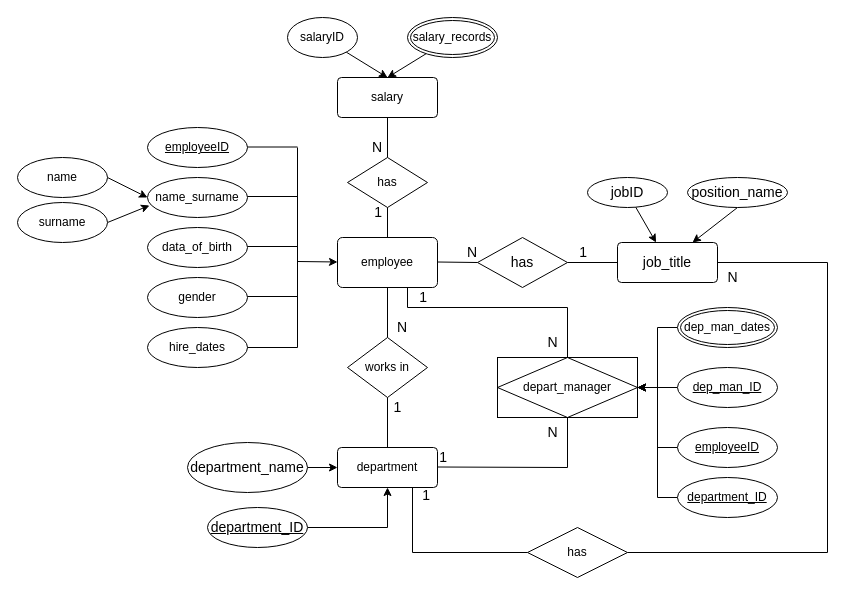
The draw.io diagram Untitled Diagram.drawio in ece98m/webdev_ca1, before the edit. Source tidied: cells renumbered, new cells numbered last; positions are measured from the earlier drawing's top-left corner, leaving out a move shared by most shapes. Both pictures are drawn from the tidied source at 100%, with x=0, y=0 at pixel (17, 17).
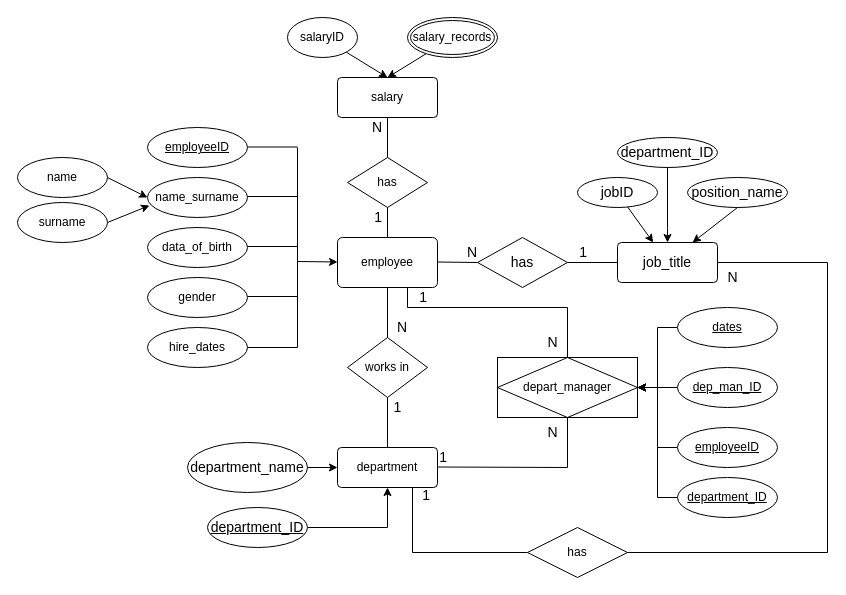
After the change.

Unchanged cells that the change refers to:
```xml
<mxCell id="18" value="job_title" style="rounded=1;arcSize=10;whiteSpace=wrap;html=1;align=center;fontSize=14;" parent="1" vertex="1">
  <mxGeometry x="600" y="225" width="100" height="40" as="geometry" />
</mxCell>
<mxCell id="26" value="depart_manager" style="shape=associativeEntity;whiteSpace=wrap;html=1;align=center;fontSize=12;" parent="1" vertex="1">
  <mxGeometry x="480" y="340" width="140" height="60" as="geometry" />
</mxCell>
```

Diff of the diagram source:
```diff
@@
     <mxCell id="20" value="jobID" style="ellipse;whiteSpace=wrap;html=1;align=center;fontSize=14;" parent="1" vertex="1">
-      <mxGeometry x="570" y="160" width="80" height="30" as="geometry" />
+      <mxGeometry x="560" y="160" width="80" height="30" as="geometry" />
     </mxCell>
@@
-    <mxCell id="36" style="edgeStyle=none;rounded=0;jettySize=auto;html=1;exitX=0;exitY=0.5;exitDx=0;exitDy=0;fontSize=12;entryX=1;entryY=0.5;entryDx=0;entryDy=0;" parent="1" edge="1" source="37" target="26">
+    <mxCell id="36" style="edgeStyle=none;rounded=0;jettySize=auto;html=1;exitX=0;exitY=0.5;exitDx=0;exitDy=0;fontSize=12;entryX=1;entryY=0.5;entryDx=0;entryDy=0;" parent="1" edge="1" target="26">
       <mxGeometry relative="1" as="geometry">
+        <mxPoint x="660" y="310" as="sourcePoint" />
         <Array as="points">
           <mxPoint x="640" y="310" />
           <mxPoint x="640" y="370" />
         </Array>
       </mxGeometry>
     </mxCell>
-    <mxCell id="37" value="dep_man_dates" style="ellipse;shape=doubleEllipse;margin=3;whiteSpace=wrap;html=1;align=center;fontSize=12;" parent="1" vertex="1">
-      <mxGeometry x="660" y="290" width="100" height="40" as="geometry" />
-    </mxCell>
@@
     <mxCell id="51" value="&lt;span style=&quot;font-size: 14px;&quot;&gt;N&lt;/span&gt;" style="html=1;align=right;verticalAlign=bottom;" parent="1" vertex="1">
-      <mxGeometry x="365" y="140" as="geometry" />
+      <mxGeometry x="365" y="120" as="geometry" />
     </mxCell>
     <mxCell id="52" value="&lt;span style=&quot;font-size: 14px;&quot;&gt;1&lt;/span&gt;" style="html=1;align=right;verticalAlign=bottom;" parent="1" vertex="1">
-      <mxGeometry x="365" y="205" as="geometry" />
+      <mxGeometry x="365" y="210" as="geometry" />
     </mxCell>
@@
+    <mxCell id="72" style="edgeStyle=orthogonalEdgeStyle;rounded=0;jettySize=auto;html=1;entryX=0.5;entryY=0;entryDx=0;entryDy=0;" parent="1" edge="1" target="18">
+      <mxGeometry relative="1" as="geometry">
+        <mxPoint x="650" y="140" as="sourcePoint" />
+        <Array as="points">
+          <mxPoint x="650" y="210" />
+          <mxPoint x="650" y="210" />
+        </Array>
+      </mxGeometry>
+    </mxCell>
+    <mxCell id="73" value="department_ID" style="ellipse;whiteSpace=wrap;html=1;align=center;fontSize=14;" parent="1" vertex="1">
+      <mxGeometry x="600" y="120" width="100" height="30" as="geometry" />
+    </mxCell>
+    <mxCell id="74" value="dates" style="ellipse;whiteSpace=wrap;html=1;align=center;fontStyle=4;fontSize=12;" parent="1" vertex="1">
+      <mxGeometry x="660" y="290" width="100" height="40" as="geometry" />
+    </mxCell>
```
